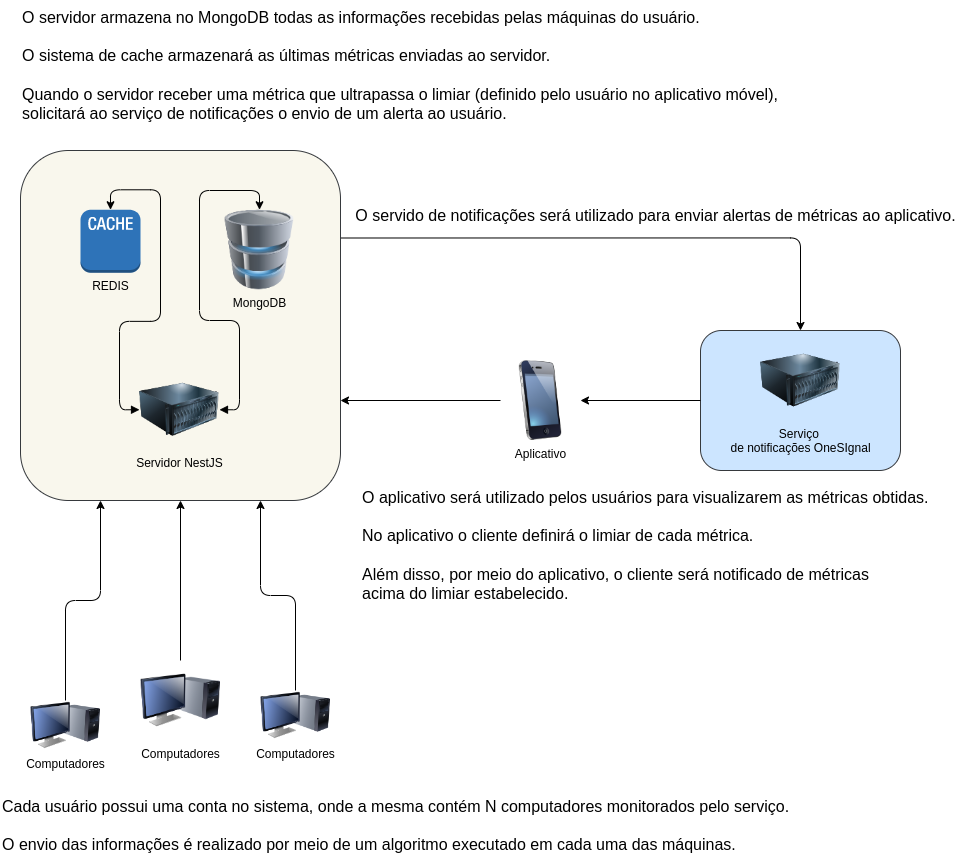
This is arq.png from jhonatancunha/hwhealth, a draw.io export, as it was before one commit. Source tidied: cells renumbered, new cells last; positions are measured from the earlier drawing's top-left corner, leaving out a move shared by most shapes. Its diagram source:
```xml
<mxGraphModel background="#ffffff">
  <root>
    <mxCell id="0" />
    <mxCell id="1" parent="0" />
    <mxCell id="2" style="edgeStyle=orthogonalEdgeStyle;rounded=1;jettySize=auto;html=1;exitX=1;exitY=0.25;exitDx=0;exitDy=0;entryX=0.5;entryY=0;entryDx=0;entryDy=0;" parent="1" edge="1" source="3" target="14">
      <mxGeometry relative="1" as="geometry">
        <Array as="points">
          <mxPoint x="800" y="238" />
        </Array>
      </mxGeometry>
    </mxCell>
    <mxCell id="3" style="rounded=1;whiteSpace=wrap;html=1;fillColor=#f9f7ed;strokeColor=#36393d;" parent="1" vertex="1">
      <mxGeometry x="20" y="150" width="320" height="350" as="geometry" />
    </mxCell>
    <mxCell id="4" style="edgeStyle=orthogonalEdgeStyle;rounded=1;jettySize=auto;html=1;" parent="1" edge="1" source="5">
      <mxGeometry relative="1" as="geometry">
        <mxPoint x="340" y="400" as="targetPoint" />
        <Array as="points">
          <mxPoint x="340" y="400" />
        </Array>
      </mxGeometry>
    </mxCell>
    <mxCell id="5" value="Aplicativo" style="image;html=1;image=img/lib/clip_art/telecommunication/iPhone_128x128.png;rounded=1;" parent="1" vertex="1">
      <mxGeometry x="500" y="360" width="80" height="80" as="geometry" />
    </mxCell>
    <mxCell id="6" value="MongoDB" style="image;html=1;image=img/lib/clip_art/computers/Database_128x128.png;rounded=1;labelBackgroundColor=none;" parent="1" vertex="1">
      <mxGeometry x="219" y="209.2" width="80" height="80" as="geometry" />
    </mxCell>
    <mxCell id="7" style="edgeStyle=orthogonalEdgeStyle;rounded=1;jettySize=auto;html=1;exitX=0.5;exitY=0;exitDx=0;exitDy=0;" parent="1" edge="1" source="8" target="3">
      <mxGeometry relative="1" as="geometry" />
    </mxCell>
    <mxCell id="8" value="Computadores" style="image;html=1;image=img/lib/clip_art/computers/Monitor_Tower_128x128.png;rounded=1;" parent="1" vertex="1">
      <mxGeometry x="140" y="660" width="80" height="80" as="geometry" />
    </mxCell>
    <mxCell id="9" style="edgeStyle=orthogonalEdgeStyle;rounded=1;jettySize=auto;html=1;exitX=1;exitY=0.5;exitDx=0;exitDy=0;entryX=0.5;entryY=0;entryDx=0;entryDy=0;startArrow=block;startFill=1;" parent="1" edge="1" source="11" target="6">
      <mxGeometry relative="1" as="geometry">
        <Array as="points">
          <mxPoint x="239" y="409" />
          <mxPoint x="239" y="320" />
          <mxPoint x="199" y="320" />
          <mxPoint x="199" y="190" />
          <mxPoint x="259" y="190" />
        </Array>
      </mxGeometry>
    </mxCell>
    <mxCell id="10" style="edgeStyle=orthogonalEdgeStyle;rounded=1;jettySize=auto;html=1;exitX=0;exitY=0.5;exitDx=0;exitDy=0;entryX=0.5;entryY=0;entryDx=0;entryDy=0;entryPerimeter=0;startArrow=block;startFill=1;" parent="1" edge="1" source="11" target="12">
      <mxGeometry relative="1" as="geometry" />
    </mxCell>
    <mxCell id="11" value="Servidor NestJS" style="image;html=1;image=img/lib/clip_art/computers/Server_128x128.png;rounded=1;labelBackgroundColor=none;" parent="1" vertex="1">
      <mxGeometry x="139" y="369.2" width="80" height="80" as="geometry" />
    </mxCell>
    <mxCell id="12" value="REDIS" style="outlineConnect=0;dashed=0;verticalLabelPosition=bottom;verticalAlign=top;align=center;html=1;shape=mxgraph.aws3.cache_node;fillColor=#2E73B8;gradientColor=none;rounded=1;" parent="1" vertex="1">
      <mxGeometry x="80" y="209.2" width="60" height="63" as="geometry" />
    </mxCell>
    <mxCell id="13" style="group;" parent="1" vertex="1">
      <mxGeometry x="700" y="330" width="200" height="140" as="geometry" />
    </mxCell>
    <mxCell id="14" style="rounded=1;whiteSpace=wrap;html=1;fillColor=#cce5ff;strokeColor=#36393d;" parent="13" vertex="1">
      <mxGeometry width="200" height="140" as="geometry" />
    </mxCell>
    <mxCell id="15" value="Serviço&amp;nbsp;&lt;br&gt;de notificações OneSIgnal" style="image;html=1;image=img/lib/clip_art/computers/Server_128x128.png;rounded=1;labelBackgroundColor=none;" parent="13" vertex="1">
      <mxGeometry x="60" y="10" width="80" height="80" as="geometry" />
    </mxCell>
    <mxCell id="16" style="edgeStyle=orthogonalEdgeStyle;rounded=1;jettySize=auto;html=1;exitX=0;exitY=0.5;exitDx=0;exitDy=0;" parent="1" edge="1" source="14" target="5">
      <mxGeometry relative="1" as="geometry" />
    </mxCell>
    <mxCell id="17" style="edgeStyle=orthogonalEdgeStyle;rounded=1;jettySize=auto;html=1;exitX=0.5;exitY=0;exitDx=0;exitDy=0;entryX=0.75;entryY=1;entryDx=0;entryDy=0;" parent="1" edge="1" source="18" target="3">
      <mxGeometry relative="1" as="geometry" />
    </mxCell>
    <mxCell id="18" value="Computadores" style="image;html=1;image=img/lib/clip_art/computers/Monitor_Tower_128x128.png;rounded=1;" parent="1" vertex="1">
      <mxGeometry x="260" y="690" width="70" height="50" as="geometry" />
    </mxCell>
    <mxCell id="19" style="edgeStyle=orthogonalEdgeStyle;rounded=1;jettySize=auto;html=1;exitX=0.5;exitY=0;exitDx=0;exitDy=0;entryX=0.25;entryY=1;entryDx=0;entryDy=0;" parent="1" edge="1" source="20" target="3">
      <mxGeometry relative="1" as="geometry" />
    </mxCell>
    <mxCell id="20" value="Computadores" style="image;html=1;image=img/lib/clip_art/computers/Monitor_Tower_128x128.png;rounded=1;" parent="1" vertex="1">
      <mxGeometry x="30" y="700" width="70" height="50" as="geometry" />
    </mxCell>
    <mxCell id="21" value="Cada usuário possui uma conta no sistema, onde a mesma contém N computadores monitorados pelo serviço.&lt;br&gt;&lt;br&gt;O envio das informações é realizado por meio de um algoritmo executado em cada uma das máquinas." style="text;html=1;align=left;verticalAlign=middle;strokeColor=none;fillColor=none;fontSize=16;" parent="1" vertex="1">
      <mxGeometry y="790" width="810" height="70" as="geometry" />
    </mxCell>
    <mxCell id="22" value="O servidor armazena no MongoDB todas as informações recebidas pelas máquinas do usuário.&lt;br&gt;&lt;br&gt;O sistema de cache armazenará as últimas métricas enviadas ao servidor.&lt;br&gt;&lt;br&gt;Quando o servidor receber uma métrica que ultrapassa o limiar (definido pelo usuário no aplicativo móvel), &lt;br&gt;solicitará ao serviço de notificações o envio de um alerta ao usuário." style="text;html=1;align=left;verticalAlign=middle;strokeColor=none;fillColor=none;fontSize=16;" parent="1" vertex="1">
      <mxGeometry x="20" width="780" height="130" as="geometry" />
    </mxCell>
    <mxCell id="23" value="O aplicativo será utilizado pelos usuários para visualizarem as métricas obtidas.&lt;br&gt;&lt;br&gt;No aplicativo o cliente definirá o limiar de cada métrica.&lt;br&gt;&lt;br&gt;Além disso, por meio do aplicativo, o cliente será notificado de métricas &lt;br&gt;acima do limiar estabelecido." style="text;html=1;align=left;verticalAlign=middle;strokeColor=none;fillColor=none;fontSize=16;" parent="1" vertex="1">
      <mxGeometry x="360" y="480" width="590" height="130" as="geometry" />
    </mxCell>
    <mxCell id="24" value="O servido de notificações será utilizado para enviar alertas de métricas ao aplicativo." style="text;html=1;align=center;verticalAlign=middle;strokeColor=none;fillColor=none;fontSize=16;" parent="1" vertex="1">
      <mxGeometry x="345" y="200" width="620" height="30" as="geometry" />
    </mxCell>
  </root>
</mxGraphModel>
```
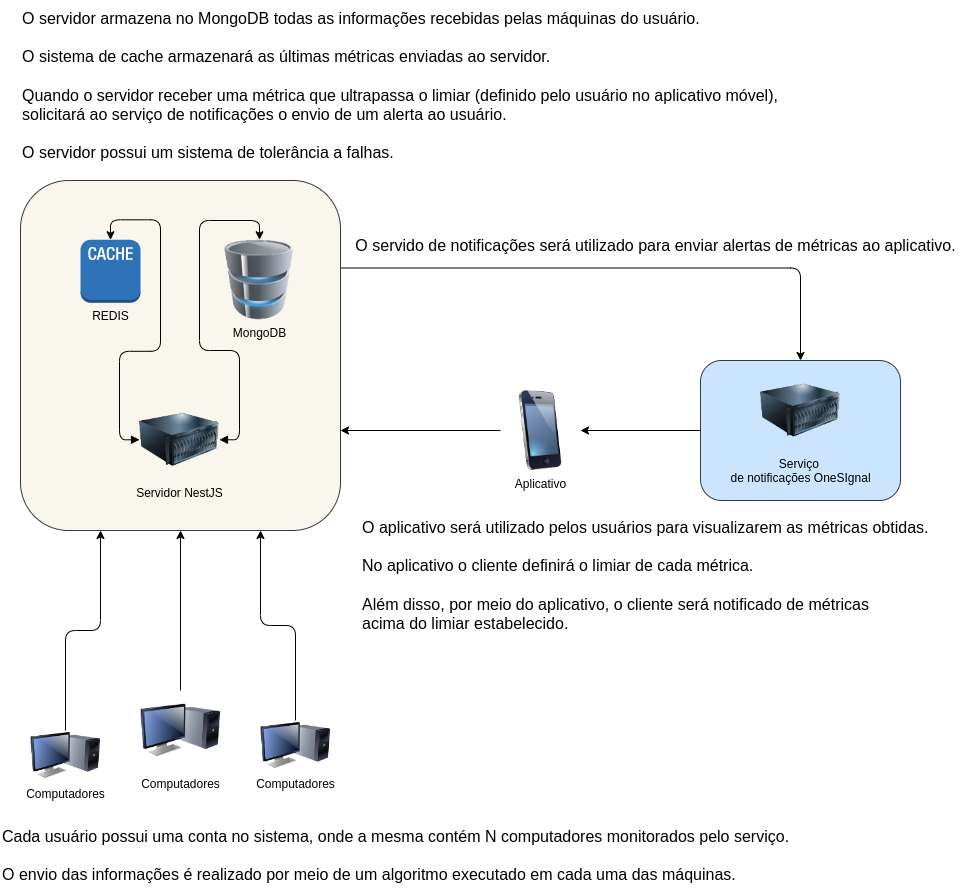
Later version of the same file.

Commit message:
docs: alterando imagem arquitetura

Diff of the diagram source:
```diff
@@ -79,8 +79,8 @@
     <mxCell id="21" value="Cada usuário possui uma conta no sistema, onde a mesma contém N computadores monitorados pelo serviço.&lt;br&gt;&lt;br&gt;O envio das informações é realizado por meio de um algoritmo executado em cada uma das máquinas." style="text;html=1;align=left;verticalAlign=middle;strokeColor=none;fillColor=none;fontSize=16;" parent="1" vertex="1">
       <mxGeometry y="790" width="810" height="70" as="geometry" />
     </mxCell>
-    <mxCell id="22" value="O servidor armazena no MongoDB todas as informações recebidas pelas máquinas do usuário.&lt;br&gt;&lt;br&gt;O sistema de cache armazenará as últimas métricas enviadas ao servidor.&lt;br&gt;&lt;br&gt;Quando o servidor receber uma métrica que ultrapassa o limiar (definido pelo usuário no aplicativo móvel), &lt;br&gt;solicitará ao serviço de notificações o envio de um alerta ao usuário." style="text;html=1;align=left;verticalAlign=middle;strokeColor=none;fillColor=none;fontSize=16;" parent="1" vertex="1">
-      <mxGeometry x="20" width="780" height="130" as="geometry" />
+    <mxCell id="22" value="O servidor armazena no MongoDB todas as informações recebidas pelas máquinas do usuário.&lt;br&gt;&lt;br&gt;O sistema de cache armazenará as últimas métricas enviadas ao servidor.&lt;br&gt;&lt;br&gt;Quando o servidor receber uma métrica que ultrapassa o limiar (definido pelo usuário no aplicativo móvel), &lt;br&gt;solicitará ao serviço de notificações o envio de um alerta ao usuário.&lt;br&gt;&lt;br&gt;O servidor possui um sistema de tolerância a falhas." style="text;html=1;align=left;verticalAlign=middle;strokeColor=none;fillColor=none;fontSize=16;" parent="1" vertex="1">
+      <mxGeometry x="20" y="-30" width="780" height="170" as="geometry" />
     </mxCell>
     <mxCell id="23" value="O aplicativo será utilizado pelos usuários para visualizarem as métricas obtidas.&lt;br&gt;&lt;br&gt;No aplicativo o cliente definirá o limiar de cada métrica.&lt;br&gt;&lt;br&gt;Além disso, por meio do aplicativo, o cliente será notificado de métricas &lt;br&gt;acima do limiar estabelecido." style="text;html=1;align=left;verticalAlign=middle;strokeColor=none;fillColor=none;fontSize=16;" parent="1" vertex="1">
       <mxGeometry x="360" y="480" width="590" height="130" as="geometry" />
```
